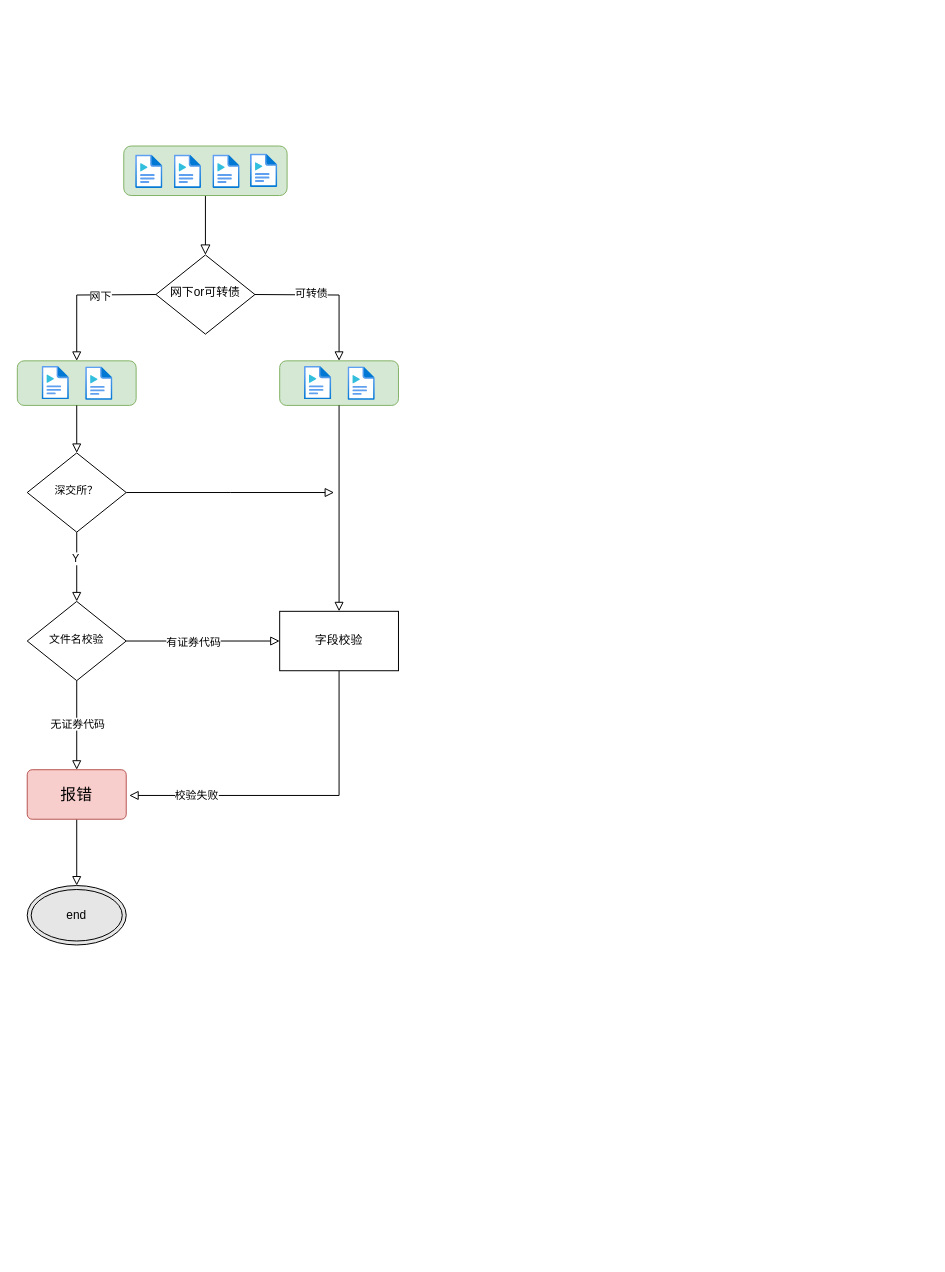
The draw.io diagram 中签确认.drawio in caiwuu/draw.io, before the edit. Source tidied: cells renumbered, new cells numbered last; positions are measured from the earlier drawing's top-left corner, leaving out a move shared by most shapes. Both pictures are drawn from the tidied source at 99%, with x=0, y=0 at pixel (17, 146).
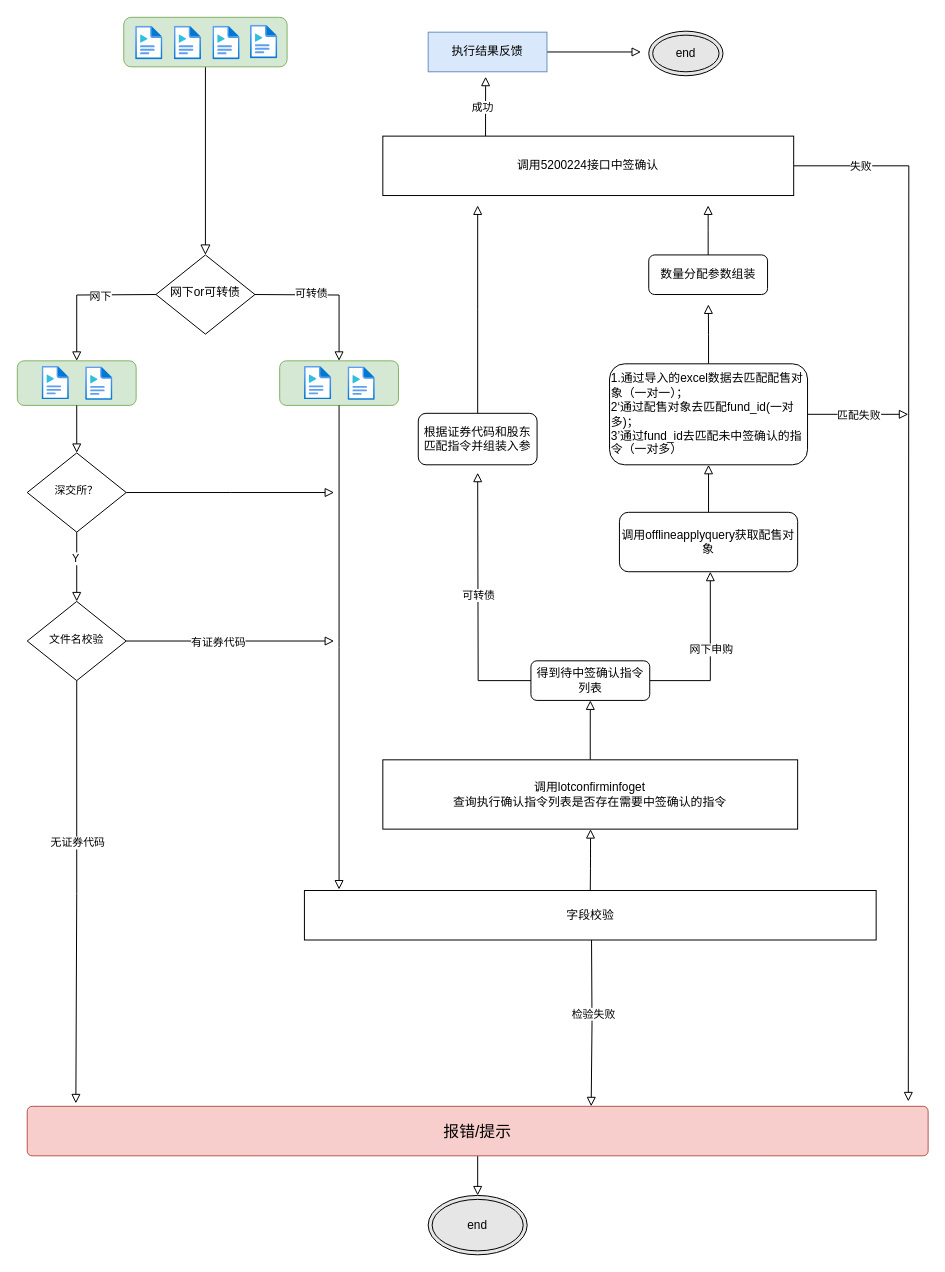
The same diagram, later.

Commit message:
更新中签确认.drawio

The change refers to these unchanged cells:
```xml
<mxCell id="13" style="rounded=1;whiteSpace=wrap;html=1;fontSize=12;glass=0;strokeWidth=1;shadow=0;fillColor=#d5e8d4;strokeColor=#82b366;" parent="12" vertex="1">
  <mxGeometry width="120" height="45" as="geometry" />
</mxCell>
<mxCell id="31" value="&lt;span style=&quot;font-size: 11px&quot;&gt;文件名校验&lt;/span&gt;" style="rhombus;whiteSpace=wrap;html=1;shadow=0;fontFamily=Helvetica;fontSize=12;align=center;strokeWidth=1;spacing=6;spacingTop=-4;" parent="1" vertex="1">
  <mxGeometry x="10" y="460" width="100" height="80" as="geometry" />
</mxCell>
```

Change to the diagram source:
```diff
@@
     <mxCell id="16" style="group;" parent="1" vertex="1">
-      <mxGeometry x="107.5" width="165" height="50" as="geometry" />
+      <mxGeometry x="107.5" y="-130" width="165" height="50" as="geometry" />
     </mxCell>
@@
-    <mxCell id="27" style="edgeStyle=orthogonalEdgeStyle;rounded=0;jumpSize=8;jettySize=auto;html=1;entryX=0.5;entryY=0;entryDx=0;entryDy=0;endArrow=block;endFill=0;endSize=7;" parent="1" edge="1" source="31">
-      <mxGeometry relative="1" as="geometry">
-        <mxPoint x="60" y="630" as="targetPoint" />
-      </mxGeometry>
+    <mxCell id="27" style="edgeStyle=orthogonalEdgeStyle;rounded=0;jumpSize=8;jettySize=auto;html=1;entryX=0.054;entryY=-0.06;entryDx=0;entryDy=0;endArrow=block;endFill=0;endSize=7;entryPerimeter=0;" parent="1" edge="1" source="31" target="33">
+      <mxGeometry relative="1" as="geometry" />
     </mxCell>
@@
-    <mxCell id="29" style="edgeStyle=orthogonalEdgeStyle;rounded=0;jumpSize=8;jettySize=auto;html=1;entryX=0;entryY=0.5;entryDx=0;entryDy=0;endArrow=block;endFill=0;endSize=7;" parent="1" edge="1" source="31" target="36">
-      <mxGeometry relative="1" as="geometry" />
+    <mxCell id="29" style="edgeStyle=orthogonalEdgeStyle;rounded=0;jumpSize=8;jettySize=auto;html=1;endArrow=block;endFill=0;endSize=7;" parent="1" edge="1" source="31">
+      <mxGeometry relative="1" as="geometry">
+        <mxPoint x="320" y="500" as="targetPoint" />
+      </mxGeometry>
     </mxCell>
@@
-    <mxCell id="33" value="报错" style="html=1;shadow=0;dashed=0;shape=mxgraph.bootstrap.rrect;rSize=5;strokeColor=#b85450;strokeWidth=1;fillColor=#f8cecc;whiteSpace=wrap;align=center;verticalAlign=middle;spacingLeft=0;fontStyle=0;fontSize=16;spacing=5;" parent="1" vertex="1">
-      <mxGeometry x="10" y="630" width="100" height="50" as="geometry" />
+    <mxCell id="33" value="报错/提示" style="html=1;shadow=0;dashed=0;shape=mxgraph.bootstrap.rrect;rSize=5;strokeColor=#b85450;strokeWidth=1;fillColor=#f8cecc;whiteSpace=wrap;align=center;verticalAlign=middle;spacingLeft=0;fontStyle=0;fontSize=16;spacing=5;" parent="1" vertex="1">
+      <mxGeometry x="10" y="970" width="910" height="50" as="geometry" />
     </mxCell>
-    <mxCell id="34" style="edgeStyle=orthogonalEdgeStyle;rounded=0;jumpSize=8;jettySize=auto;html=1;endArrow=block;endFill=0;endSize=7;entryX=1.03;entryY=0.52;entryDx=0;entryDy=0;entryPerimeter=0;" parent="1" edge="1" source="36" target="33">
-      <mxGeometry relative="1" as="geometry">
-        <Array as="points">
-          <mxPoint x="325" y="656" />
-        </Array>
-      </mxGeometry>
-    </mxCell>
-    <mxCell id="35" value="校验失败" style="edgeLabel;html=1;align=center;verticalAlign=middle;" parent="34" vertex="1">
-      <mxGeometry x="0.7" relative="1" as="geometry">
-        <mxPoint x="16" y="-1" as="offset" />
-      </mxGeometry>
-    </mxCell>
+    <mxCell id="39" style="edgeStyle=orthogonalEdgeStyle;rounded=0;jumpSize=8;jettySize=auto;html=1;endArrow=block;endFill=0;endSize=7;entryX=0.626;entryY=0;entryDx=0;entryDy=0;entryPerimeter=0;" parent="1" edge="1" target="33">
+      <mxGeometry relative="1" as="geometry">
+        <mxPoint x="580" y="800" as="sourcePoint" />
+      </mxGeometry>
+    </mxCell>
+    <mxCell id="40" value="检验失败" style="edgeLabel;html=1;align=center;verticalAlign=middle;" parent="39" vertex="1">
+      <mxGeometry x="-0.1" y="1" relative="1" as="geometry" />
+    </mxCell>
     <mxCell id="36" value="字段校验" style="rounded=0;whiteSpace=wrap;html=1;" parent="1" vertex="1">
-      <mxGeometry x="265" y="470" width="120" height="60" as="geometry" />
+      <mxGeometry x="290" y="752" width="577.5" height="50" as="geometry" />
     </mxCell>
-    <mxCell id="37" style="edgeStyle=orthogonalEdgeStyle;rounded=0;jumpSize=8;jettySize=auto;html=1;entryX=0.5;entryY=0;entryDx=0;entryDy=0;endArrow=block;endFill=0;endSize=7;" parent="1" edge="1" source="13" target="36">
-      <mxGeometry relative="1" as="geometry" />
+    <mxCell id="37" style="edgeStyle=orthogonalEdgeStyle;rounded=0;jumpSize=8;jettySize=auto;html=1;endArrow=block;endFill=0;endSize=7;" parent="1" edge="1" source="13">
+      <mxGeometry relative="1" as="geometry">
+        <mxPoint x="325" y="751" as="targetPoint" />
+      </mxGeometry>
     </mxCell>
     <mxCell id="38" value="end" style="ellipse;shape=doubleEllipse;whiteSpace=wrap;html=1;fillColor=#E6E6E6;" parent="1" vertex="1">
-      <mxGeometry x="10" y="747" width="100" height="60" as="geometry" />
+      <mxGeometry x="415" y="1060" width="100" height="60" as="geometry" />
     </mxCell>
+    <mxCell id="41" style="edgeStyle=orthogonalEdgeStyle;rounded=0;jumpSize=8;jettySize=auto;html=1;entryX=0.5;entryY=1;entryDx=0;entryDy=0;endArrow=block;endFill=0;endSize=7;exitX=0.5;exitY=0;exitDx=0;exitDy=0;" parent="1" edge="1" source="42" target="47">
+      <mxGeometry relative="1" as="geometry" />
+    </mxCell>
+    <mxCell id="42" value="调用lotconfirminfoget&lt;br&gt;查询执行确认指令列表是否存在需要中签确认的指令" style="rounded=0;whiteSpace=wrap;html=1;" parent="1" vertex="1">
+      <mxGeometry x="369.2" y="620" width="419" height="70" as="geometry" />
+    </mxCell>
+    <mxCell id="43" style="edgeStyle=orthogonalEdgeStyle;rounded=0;jumpSize=8;jettySize=auto;html=1;endArrow=block;endFill=0;endSize=7;exitX=0;exitY=0.5;exitDx=0;exitDy=0;" parent="1" edge="1" source="47">
+      <mxGeometry relative="1" as="geometry">
+        <mxPoint x="465" y="330" as="targetPoint" />
+      </mxGeometry>
+    </mxCell>
+    <mxCell id="44" value="可转债" style="edgeLabel;html=1;align=center;verticalAlign=middle;" parent="43" vertex="1">
+      <mxGeometry x="0.06" relative="1" as="geometry" />
+    </mxCell>
+    <mxCell id="45" style="edgeStyle=orthogonalEdgeStyle;rounded=0;jumpSize=7;jettySize=auto;html=1;endArrow=block;endFill=0;endSize=7;entryX=0.51;entryY=1;entryDx=0;entryDy=0;entryPerimeter=0;" parent="1" edge="1" source="47" target="50">
+      <mxGeometry relative="1" as="geometry">
+        <Array as="points">
+          <mxPoint x="700" y="540" />
+        </Array>
+      </mxGeometry>
+    </mxCell>
+    <mxCell id="46" value="网下申购" style="edgeLabel;html=1;align=center;verticalAlign=middle;" parent="45" vertex="1">
+      <mxGeometry x="0.09" relative="1" as="geometry" />
+    </mxCell>
+    <mxCell id="47" value="得到待中签确认指令列表" style="rounded=1;whiteSpace=wrap;html=1;fontSize=12;glass=0;strokeWidth=1;shadow=0;fillColor=default;" parent="1" vertex="1">
+      <mxGeometry x="518.8" y="520" width="120" height="40" as="geometry" />
+    </mxCell>
+    <mxCell id="48" style="endArrow=block;html=1;endSize=7;endFill=0;jumpSize=7;exitX=0.5;exitY=0;exitDx=0;exitDy=0;" parent="1" edge="1" source="36">
+      <mxGeometry relative="1" as="geometry">
+        <mxPoint x="579" y="690" as="targetPoint" />
+        <Array as="points">
+          <mxPoint x="579" y="720" />
+        </Array>
+      </mxGeometry>
+    </mxCell>
+    <mxCell id="49" style="edgeStyle=orthogonalEdgeStyle;rounded=0;jumpSize=7;jettySize=auto;html=1;endArrow=block;endFill=0;endSize=7;" parent="1" edge="1" source="50" target="64">
+      <mxGeometry relative="1" as="geometry" />
+    </mxCell>
+    <mxCell id="50" value="调用offlineapplyquery获取配售对象" style="rounded=1;whiteSpace=wrap;html=1;fontSize=12;glass=0;strokeWidth=1;shadow=0;fillColor=default;" parent="1" vertex="1">
+      <mxGeometry x="608.2" y="370" width="180" height="60" as="geometry" />
+    </mxCell>
+    <mxCell id="51" style="edgeStyle=orthogonalEdgeStyle;rounded=0;jumpSize=7;jettySize=auto;html=1;endArrow=block;endFill=0;endSize=7;" parent="1" edge="1" source="52">
+      <mxGeometry relative="1" as="geometry">
+        <mxPoint x="465" y="60" as="targetPoint" />
+      </mxGeometry>
+    </mxCell>
+    <mxCell id="52" value="根据证券代码和股东匹配指令并组装入参" style="rounded=1;whiteSpace=wrap;html=1;shadow=0;strokeWidth=1;fillColor=default;glass=0;" parent="1" vertex="1">
+      <mxGeometry x="405" y="270" width="120" height="52" as="geometry" />
+    </mxCell>
+    <mxCell id="53" style="edgeStyle=orthogonalEdgeStyle;rounded=0;jumpSize=7;jettySize=auto;html=1;exitX=0.25;exitY=0;exitDx=0;exitDy=0;endArrow=block;endFill=0;endSize=7;" parent="1" edge="1" source="57">
+      <mxGeometry relative="1" as="geometry">
+        <mxPoint x="473" y="-70" as="targetPoint" />
+        <Array as="points">
+          <mxPoint x="473" y="-60" />
+          <mxPoint x="473" y="-60" />
+        </Array>
+      </mxGeometry>
+    </mxCell>
+    <mxCell id="54" value="成功" style="edgeLabel;html=1;align=center;verticalAlign=middle;" parent="53" vertex="1">
+      <mxGeometry x="0.27" relative="1" as="geometry">
+        <mxPoint x="-3" y="8" as="offset" />
+      </mxGeometry>
+    </mxCell>
+    <mxCell id="55" style="edgeStyle=orthogonalEdgeStyle;rounded=0;jumpSize=7;jettySize=auto;html=1;endArrow=block;endFill=0;endSize=7;" parent="1" edge="1" source="57">
+      <mxGeometry relative="1" as="geometry">
+        <mxPoint x="900" y="965" as="targetPoint" />
+      </mxGeometry>
+    </mxCell>
+    <mxCell id="56" value="失败" style="edgeLabel;html=1;align=center;verticalAlign=middle;" parent="55" vertex="1">
+      <mxGeometry x="-0.91" relative="1" as="geometry">
+        <mxPoint x="19" as="offset" />
+      </mxGeometry>
+    </mxCell>
+    <mxCell id="57" value="调用5200224接口中签确认" style="rounded=0;whiteSpace=wrap;html=1;fillColor=default;" parent="1" vertex="1">
+      <mxGeometry x="369.2" y="-10" width="415" height="60" as="geometry" />
+    </mxCell>
+    <mxCell id="58" style="edgeStyle=orthogonalEdgeStyle;rounded=0;jumpSize=7;jettySize=auto;html=1;endArrow=block;endFill=0;endSize=7;" parent="1" edge="1" source="59">
+      <mxGeometry relative="1" as="geometry">
+        <mxPoint x="630" y="-95" as="targetPoint" />
+      </mxGeometry>
+    </mxCell>
+    <mxCell id="59" value="执行结果反馈" style="rounded=0;whiteSpace=wrap;html=1;fillColor=#dae8fc;strokeColor=#6c8ebf;" parent="1" vertex="1">
+      <mxGeometry x="415" y="-115" width="120" height="40" as="geometry" />
+    </mxCell>
+    <mxCell id="60" value="end" style="ellipse;shape=doubleEllipse;whiteSpace=wrap;html=1;fillColor=#E6E6E6;" parent="1" vertex="1">
+      <mxGeometry x="637.8" y="-116" width="75" height="45" as="geometry" />
+    </mxCell>
+    <mxCell id="61" style="edgeStyle=orthogonalEdgeStyle;rounded=0;jumpSize=7;jettySize=auto;html=1;endArrow=block;endFill=0;endSize=7;" parent="1" edge="1" source="64">
+      <mxGeometry relative="1" as="geometry">
+        <mxPoint x="900" y="271" as="targetPoint" />
+      </mxGeometry>
+    </mxCell>
+    <mxCell id="62" value="匹配失败" style="edgeLabel;html=1;align=center;verticalAlign=middle;" parent="61" vertex="1">
+      <mxGeometry x="0.25" y="-1" relative="1" as="geometry">
+        <mxPoint x="-12" y="-1" as="offset" />
+      </mxGeometry>
+    </mxCell>
+    <mxCell id="63" style="edgeStyle=orthogonalEdgeStyle;rounded=0;jumpSize=7;jettySize=auto;html=1;exitX=0.5;exitY=0;exitDx=0;exitDy=0;endArrow=block;endFill=0;endSize=7;" parent="1" edge="1" source="64">
+      <mxGeometry relative="1" as="geometry">
+        <mxPoint x="698" y="160" as="targetPoint" />
+      </mxGeometry>
+    </mxCell>
+    <mxCell id="64" value="1.通过导入的excel数据去匹配配售对象（一对一）；&lt;br&gt;2‘通过配售对象去匹配fund_id(一对多)；&lt;br&gt;3’通过fund_id去匹配未中签确认的指令（一对多）" style="rounded=1;whiteSpace=wrap;html=1;shadow=0;strokeWidth=1;fillColor=default;glass=0;align=left;" parent="1" vertex="1">
+      <mxGeometry x="598.2" y="220" width="200" height="102" as="geometry" />
+    </mxCell>
+    <mxCell id="65" style="edgeStyle=orthogonalEdgeStyle;rounded=0;jumpSize=7;jettySize=auto;html=1;endArrow=block;endFill=0;endSize=7;" parent="1" edge="1" source="66">
+      <mxGeometry relative="1" as="geometry">
+        <mxPoint x="697.8" y="60" as="targetPoint" />
+      </mxGeometry>
+    </mxCell>
+    <mxCell id="66" value="数量分配参数组装" style="rounded=1;whiteSpace=wrap;html=1;fontSize=12;glass=0;strokeWidth=1;shadow=0;fillColor=default;" parent="1" vertex="1">
+      <mxGeometry x="637.8" y="110" width="120" height="40" as="geometry" />
+    </mxCell>
```
